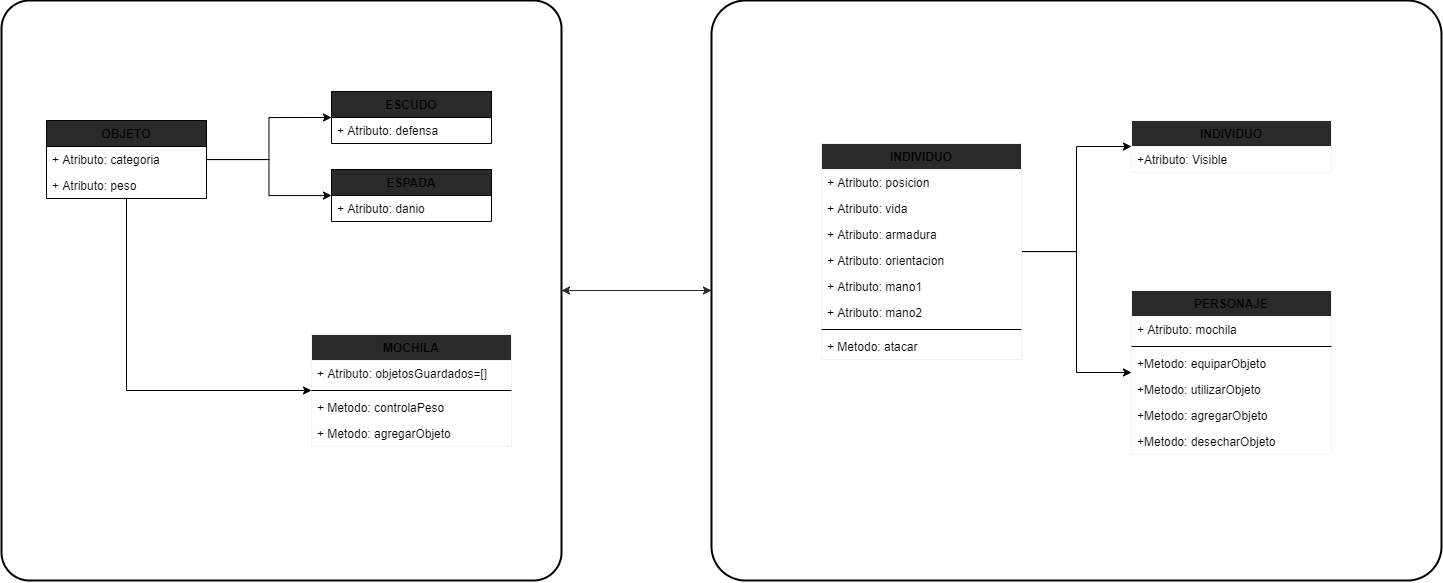
Earlier version of the draw.io export picture/presentacion/tp_algo1.drawio.png (algo1unsam/2021s1-tp-grupal-juego-recursa3). Source tidied: cells renumbered, new cells last; positions are measured from the earlier drawing's top-left corner, leaving out a move shared by most shapes.
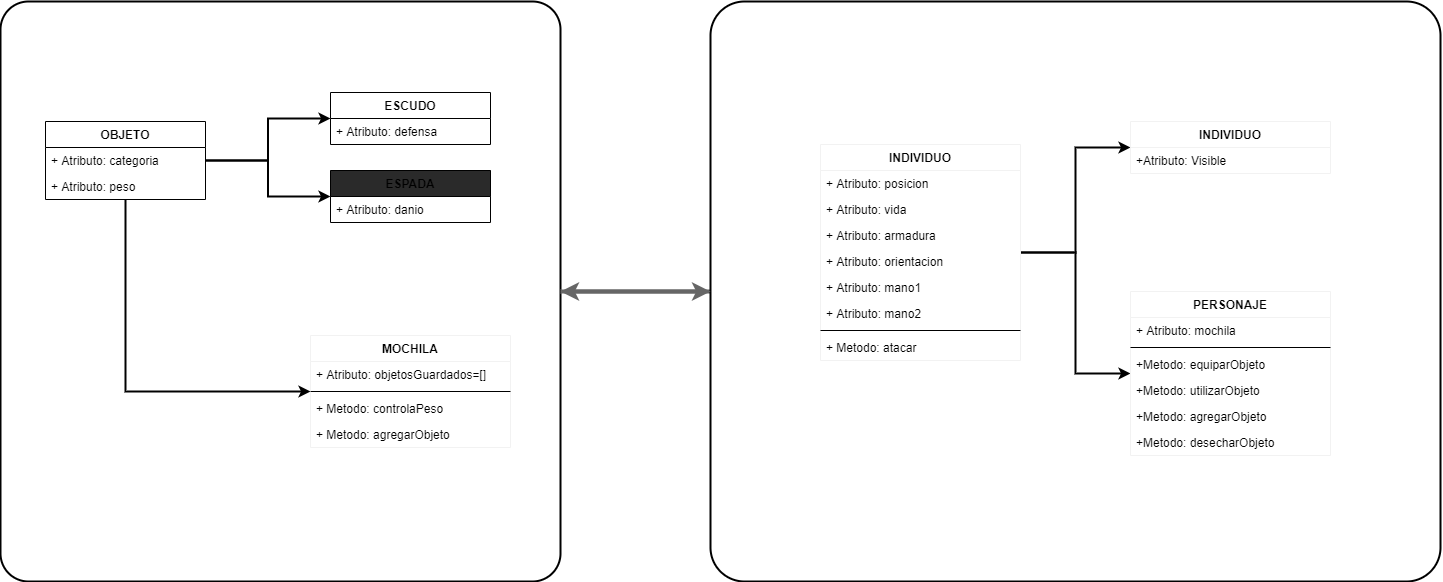
The same diagram one commit later.

Commit message:
se modifica grafico

The edit, as a diff of the source:
```diff
@@ -5,29 +5,29 @@
     <mxCell id="2" style="rounded=1;whiteSpace=wrap;html=1;absoluteArcSize=1;arcSize=56;strokeWidth=2;" parent="1" vertex="1">
       <mxGeometry width="560" height="580" as="geometry" />
     </mxCell>
-    <mxCell id="3" style="edgeStyle=orthogonalEdgeStyle;rounded=0;jettySize=auto;html=1;strokeColor=#2A2A2A;" parent="1" edge="1" source="4" target="2">
+    <mxCell id="3" style="edgeStyle=orthogonalEdgeStyle;rounded=0;jettySize=auto;html=1;strokeColor=#666666;fillColor=#f5f5f5;strokeWidth=4;" parent="1" edge="1" source="4" target="2">
       <mxGeometry relative="1" as="geometry" />
     </mxCell>
     <mxCell id="4" style="rounded=1;whiteSpace=wrap;html=1;absoluteArcSize=1;arcSize=68;strokeWidth=2;" parent="1" vertex="1">
       <mxGeometry x="710" width="730" height="580" as="geometry" />
     </mxCell>
-    <mxCell id="5" style="edgeStyle=orthogonalEdgeStyle;rounded=0;jettySize=auto;html=1;strokeColor=#2A2A2A;" parent="1" edge="1" source="2" target="4">
+    <mxCell id="5" style="edgeStyle=orthogonalEdgeStyle;rounded=0;jettySize=auto;html=1;strokeColor=#666666;fillColor=#f5f5f5;strokeWidth=4;" parent="1" edge="1" source="2" target="4">
       <mxGeometry relative="1" as="geometry" />
     </mxCell>
-    <mxCell id="6" style="edgeStyle=orthogonalEdgeStyle;rounded=0;jettySize=auto;html=1;entryX=0;entryY=0.5;entryDx=0;entryDy=0;" parent="1" edge="1" source="9" target="12">
+    <mxCell id="6" style="edgeStyle=orthogonalEdgeStyle;rounded=0;jettySize=auto;html=1;entryX=0;entryY=0.5;entryDx=0;entryDy=0;strokeWidth=2;" parent="1" edge="1" source="9" target="12">
       <mxGeometry relative="1" as="geometry" />
     </mxCell>
-    <mxCell id="7" style="edgeStyle=orthogonalEdgeStyle;rounded=0;jettySize=auto;html=1;" parent="1" edge="1" source="9" target="14">
+    <mxCell id="7" style="edgeStyle=orthogonalEdgeStyle;rounded=0;jettySize=auto;html=1;strokeWidth=2;" parent="1" edge="1" source="9" target="14">
       <mxGeometry relative="1" as="geometry" />
     </mxCell>
-    <mxCell id="8" style="edgeStyle=orthogonalEdgeStyle;rounded=0;jettySize=auto;html=1;" parent="1" edge="1" source="9" target="16">
+    <mxCell id="8" style="edgeStyle=orthogonalEdgeStyle;rounded=0;jettySize=auto;html=1;strokeWidth=2;" parent="1" edge="1" source="9" target="16">
       <mxGeometry relative="1" as="geometry">
         <Array as="points">
           <mxPoint x="125" y="390" />
         </Array>
       </mxGeometry>
     </mxCell>
-    <mxCell id="9" value="OBJETO" style="swimlane;fontStyle=1;align=center;verticalAlign=top;horizontal=1;startSize=26;fillColor=#2A2A2A;" parent="1" vertex="1">
+    <mxCell id="9" value="OBJETO" style="swimlane;fontStyle=1;align=center;verticalAlign=top;horizontal=1;startSize=26;fillColor=none;" parent="1" vertex="1">
       <mxGeometry x="45" y="120" width="160" height="78" as="geometry" />
     </mxCell>
     <mxCell id="10" value="+ Atributo: categoria" style="text;strokeColor=none;fillColor=none;align=left;verticalAlign=top;spacingLeft=4;spacingRight=4;overflow=hidden;" parent="9" vertex="1">
@@ -36,7 +36,7 @@
     <mxCell id="11" value="+ Atributo: peso" style="text;strokeColor=none;fillColor=none;align=left;verticalAlign=top;spacingLeft=4;spacingRight=4;overflow=hidden;" parent="9" vertex="1">
       <mxGeometry y="52" width="160" height="26" as="geometry" />
     </mxCell>
-    <mxCell id="12" value="ESCUDO" style="swimlane;fontStyle=1;align=center;verticalAlign=top;horizontal=1;startSize=26;fillColor=#2A2A2A;" parent="1" vertex="1">
+    <mxCell id="12" value="ESCUDO" style="swimlane;fontStyle=1;align=center;verticalAlign=top;horizontal=1;startSize=26;fillColor=none;" parent="1" vertex="1">
       <mxGeometry x="330" y="91" width="160" height="52" as="geometry" />
     </mxCell>
     <mxCell id="13" value="+ Atributo: defensa" style="text;strokeColor=none;fillColor=none;align=left;verticalAlign=top;spacingLeft=4;spacingRight=4;overflow=hidden;" parent="12" vertex="1">
@@ -48,7 +48,7 @@
     <mxCell id="15" value="+ Atributo: danio" style="text;strokeColor=none;fillColor=none;align=left;verticalAlign=top;spacingLeft=4;spacingRight=4;overflow=hidden;" parent="14" vertex="1">
       <mxGeometry y="26" width="160" height="26" as="geometry" />
     </mxCell>
-    <mxCell id="16" value="MOCHILA" style="swimlane;fontStyle=1;align=center;verticalAlign=top;horizontal=1;startSize=26;strokeColor=#F2F2F2;gradientColor=none;fillColor=#2A2A2A;" parent="1" vertex="1">
+    <mxCell id="16" value="MOCHILA" style="swimlane;fontStyle=1;align=center;verticalAlign=top;horizontal=1;startSize=26;strokeColor=#F2F2F2;gradientColor=none;fillColor=none;" parent="1" vertex="1">
       <mxGeometry x="310" y="334" width="200" height="112" as="geometry" />
     </mxCell>
     <mxCell id="17" value="+ Atributo: objetosGuardados=[]" style="text;strokeColor=none;fillColor=none;align=left;verticalAlign=top;spacingLeft=4;spacingRight=4;overflow=hidden;" parent="16" vertex="1">
@@ -63,13 +63,13 @@
     <mxCell id="20" value="+ Metodo: agregarObjeto" style="text;strokeColor=none;fillColor=none;align=left;verticalAlign=top;spacingLeft=4;spacingRight=4;overflow=hidden;" parent="16" vertex="1">
       <mxGeometry y="86" width="200" height="26" as="geometry" />
     </mxCell>
-    <mxCell id="21" style="edgeStyle=orthogonalEdgeStyle;rounded=0;jettySize=auto;html=1;" parent="1" edge="1" source="23" target="32">
+    <mxCell id="21" style="edgeStyle=orthogonalEdgeStyle;rounded=0;jettySize=auto;html=1;strokeWidth=2;" parent="1" edge="1" source="23" target="32">
       <mxGeometry relative="1" as="geometry" />
     </mxCell>
-    <mxCell id="22" style="edgeStyle=orthogonalEdgeStyle;rounded=0;jettySize=auto;html=1;" parent="1" edge="1" source="23" target="34">
+    <mxCell id="22" style="edgeStyle=orthogonalEdgeStyle;rounded=0;jettySize=auto;html=1;strokeWidth=2;" parent="1" edge="1" source="23" target="34">
       <mxGeometry relative="1" as="geometry" />
     </mxCell>
-    <mxCell id="23" value="INDIVIDUO" style="swimlane;fontStyle=1;align=center;verticalAlign=top;horizontal=1;startSize=26;strokeColor=#F2F2F2;fillColor=#2A2A2A;gradientColor=none;" parent="1" vertex="1">
+    <mxCell id="23" value="INDIVIDUO" style="swimlane;fontStyle=1;align=center;verticalAlign=top;horizontal=1;startSize=26;strokeColor=#F2F2F2;gradientColor=none;fillColor=none;" parent="1" vertex="1">
       <mxGeometry x="820" y="143" width="200" height="216" as="geometry" />
     </mxCell>
     <mxCell id="24" value="+ Atributo: posicion" style="text;strokeColor=none;fillColor=none;align=left;verticalAlign=top;spacingLeft=4;spacingRight=4;overflow=hidden;" parent="23" vertex="1">
@@ -96,13 +96,13 @@
     <mxCell id="31" value="+ Metodo: atacar" style="text;strokeColor=none;fillColor=none;align=left;verticalAlign=top;spacingLeft=4;spacingRight=4;overflow=hidden;" parent="23" vertex="1">
       <mxGeometry y="190" width="200" height="26" as="geometry" />
     </mxCell>
-    <mxCell id="32" value="INDIVIDUO" style="swimlane;fontStyle=1;align=center;verticalAlign=top;horizontal=1;startSize=26;strokeColor=#F2F2F2;gradientColor=none;fillColor=#2A2A2A;" parent="1" vertex="1">
+    <mxCell id="32" value="INDIVIDUO" style="swimlane;fontStyle=1;align=center;verticalAlign=top;horizontal=1;startSize=26;strokeColor=#F2F2F2;gradientColor=none;fillColor=none;" parent="1" vertex="1">
       <mxGeometry x="1130" y="120" width="200" height="52" as="geometry" />
     </mxCell>
     <mxCell id="33" value="+Atributo: Visible" style="text;strokeColor=none;fillColor=none;align=left;verticalAlign=top;spacingLeft=4;spacingRight=4;overflow=hidden;" parent="32" vertex="1">
       <mxGeometry y="26" width="200" height="26" as="geometry" />
     </mxCell>
-    <mxCell id="34" value="PERSONAJE" style="swimlane;fontStyle=1;align=center;verticalAlign=top;horizontal=1;startSize=26;strokeColor=#F2F2F2;fillColor=#2A2A2A;gradientColor=none;" parent="1" vertex="1">
+    <mxCell id="34" value="PERSONAJE" style="swimlane;fontStyle=1;align=center;verticalAlign=top;horizontal=1;startSize=26;strokeColor=#F2F2F2;gradientColor=none;fillColor=none;" parent="1" vertex="1">
       <mxGeometry x="1130" y="290" width="200" height="164" as="geometry" />
     </mxCell>
     <mxCell id="35" value="+ Atributo: mochila" style="text;strokeColor=none;fillColor=none;align=left;verticalAlign=top;spacingLeft=4;spacingRight=4;overflow=hidden;" parent="34" vertex="1">
```
